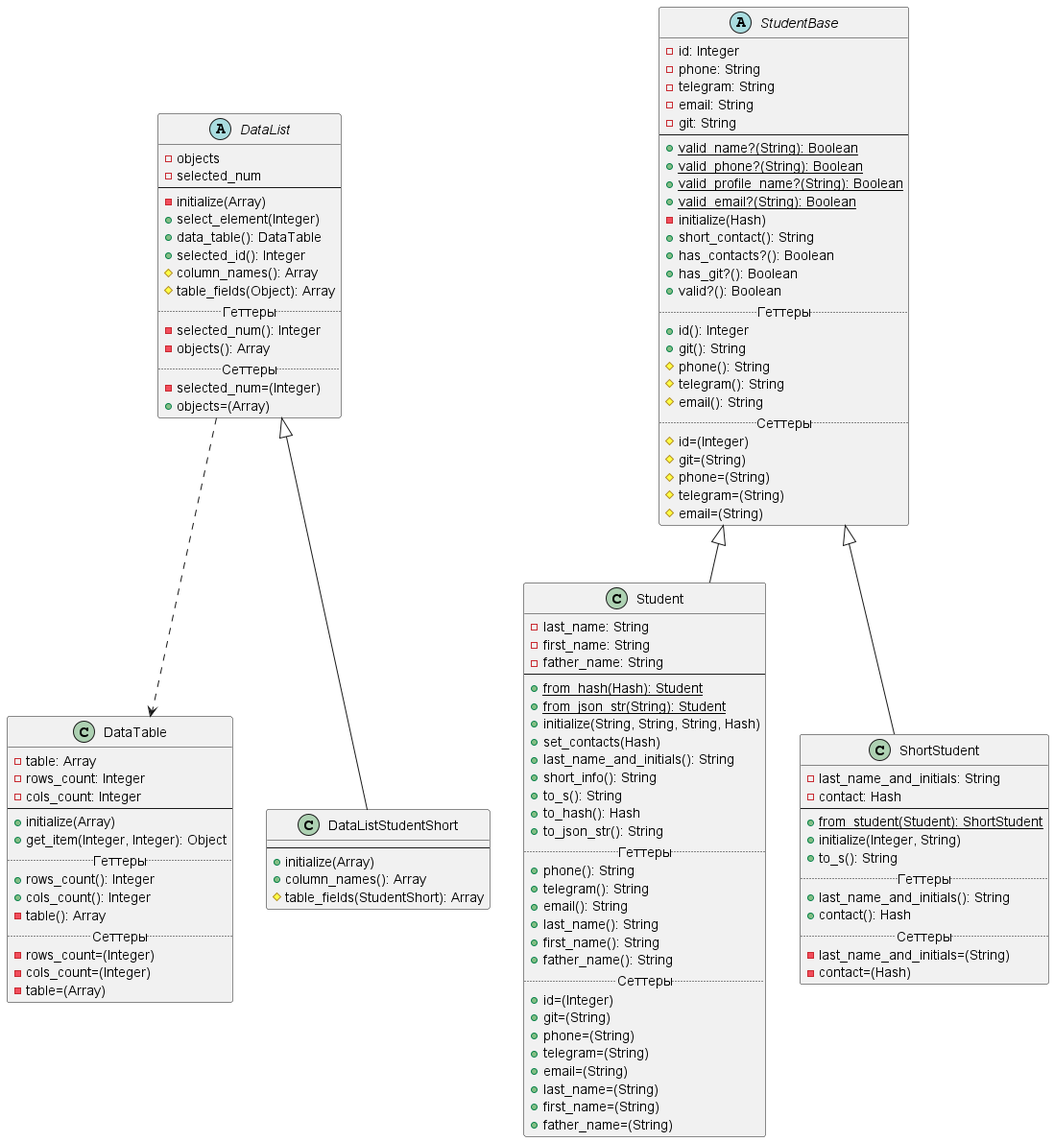
Above: Diagrams/lab2.png in r1411/PatternsLabs (PlantUML), before the change.
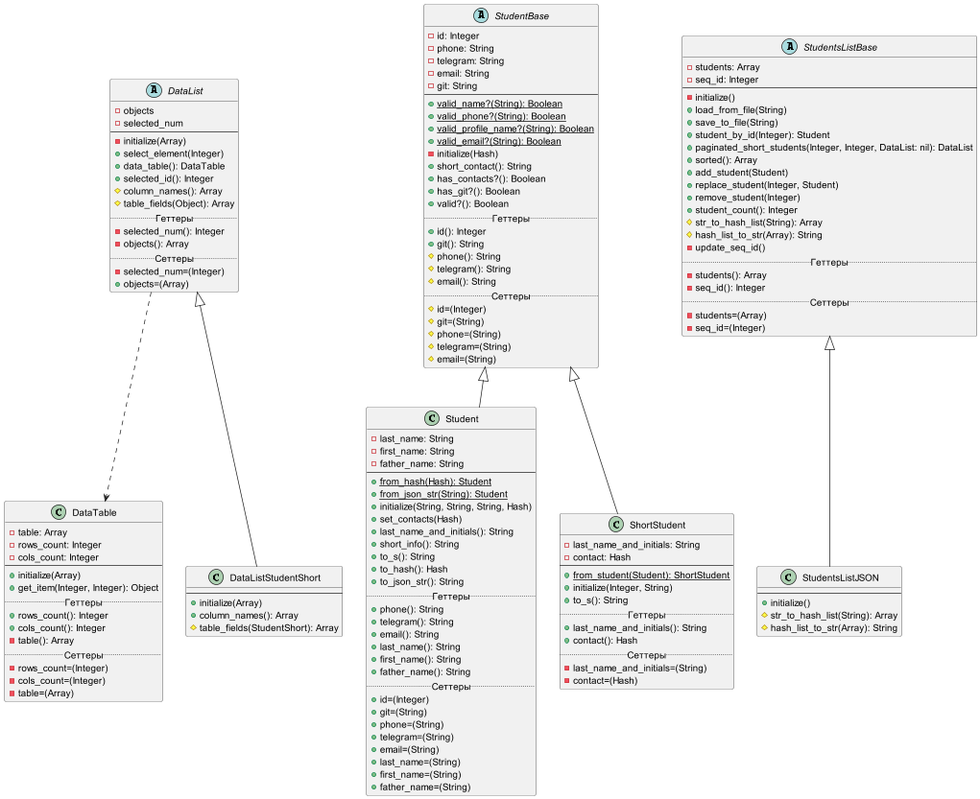
Above is the later version.

Commit message:
Класс StudentsListJSON (Лаб 2, Задание 4.2)

Diff of the diagram source:
```diff
@@ -121,4 +121,36 @@
     #table_fields(StudentShort): Array
 }
 
+abstract class StudentsListBase {
+    -students: Array
+    -seq_id: Integer
+    --
+    -initialize()
+    +load_from_file(String)
+    +save_to_file(String)
+    +student_by_id(Integer): Student
+    +paginated_short_students(Integer, Integer, DataList: nil): DataList
+    +sorted(): Array
+    +add_student(Student)
+    +replace_student(Integer, Student)
+    +remove_student(Integer)
+    +student_count(): Integer
+    #str_to_hash_list(String): Array
+    #hash_list_to_str(Array): String
+    -update_seq_id()
+    .. Геттеры ..
+    -students(): Array
+    -seq_id(): Integer
+    .. Сеттеры ..
+    -students=(Array)
+    -seq_id=(Integer)
+}
+
+class StudentsListJSON extends StudentsListBase {
+    --
+    +initialize()
+    #str_to_hash_list(String): Array
+    #hash_list_to_str(Array): String
+}
+
 @enduml
```
